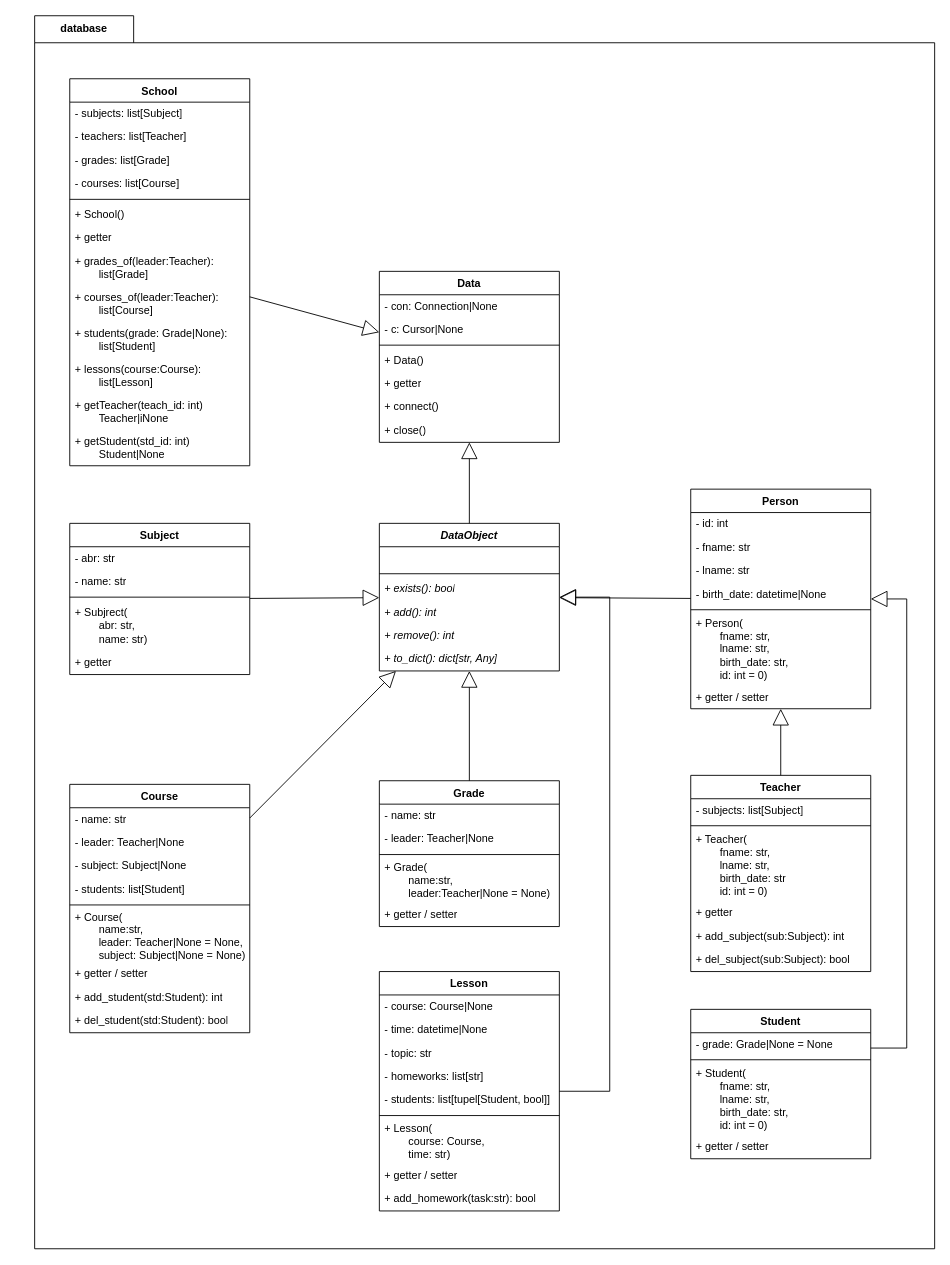
elma1989/teach keeps this draw.io diagram as drafts/database.drawio. Above is the earlier version. Source tidied: cells renumbered, new cells numbered last; positions are measured from the earlier drawing's top-left corner, leaving out a move shared by most shapes. Both pictures are drawn from the tidied source at 90%, with x=0, y=0 at pixel (15, 15).
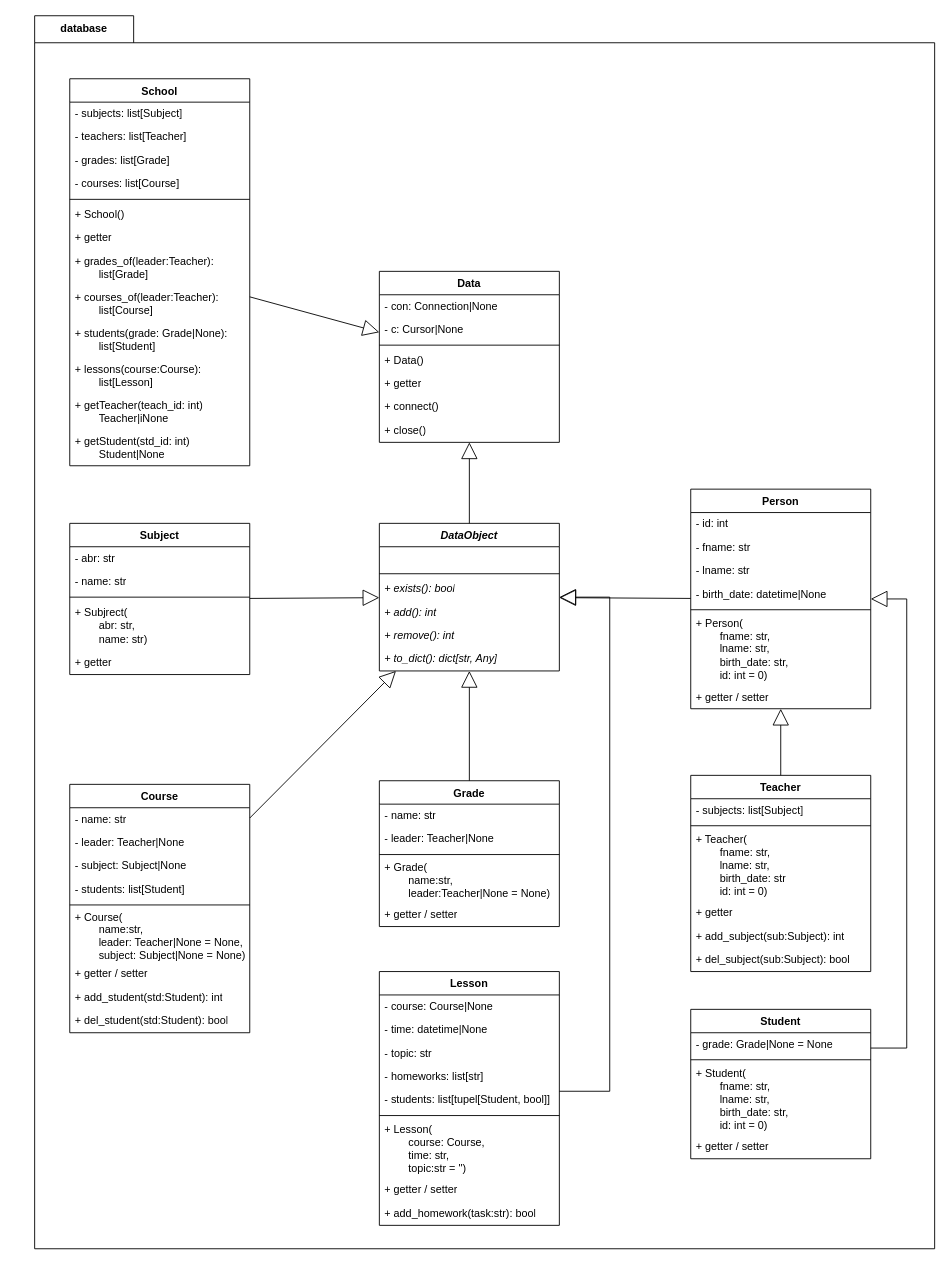
After the change.

Commit message:
Update database.drawio: Lesson() - Additonal Param topic

The edit, as a diff of the source:
```diff
@@
     <mxCell id="84" value="Lesson" style="swimlane;fontStyle=1;align=center;verticalAlign=top;horizontal=1;startSize=26;whiteSpace=wrap;html=1;" parent="1" vertex="1">
-      <mxGeometry x="404" y="1062" width="200" height="266" as="geometry" />
+      <mxGeometry x="404" y="1062" width="200" height="282" as="geometry" />
     </mxCell>
@@
-    <mxCell id="91" value="&lt;div&gt;+ Lesson(&lt;/div&gt;&lt;div&gt;&lt;span style=&quot;white-space: pre;&quot;&gt;&#9;&lt;/span&gt;course: Course,&lt;/div&gt;&lt;div&gt;&lt;span style=&quot;white-space: pre;&quot;&gt;&#9;&lt;/span&gt;time: str)&lt;br&gt;&lt;/div&gt;" style="text;strokeColor=none;fillColor=none;align=left;verticalAlign=middle;spacingLeft=4;spacingRight=4;overflow=hidden;whiteSpace=wrap;html=1;" parent="84" vertex="1">
-      <mxGeometry y="164" width="200" height="50" as="geometry" />
+    <mxCell id="91" value="&lt;div&gt;+ Lesson(&lt;/div&gt;&lt;div&gt;&lt;span style=&quot;white-space: pre;&quot;&gt;&#9;&lt;/span&gt;course: Course,&lt;/div&gt;&lt;div&gt;&lt;span style=&quot;white-space: pre;&quot;&gt;&#9;&lt;/span&gt;time: str,&lt;/div&gt;&lt;div&gt;&lt;span style=&quot;white-space: pre;&quot;&gt;&#9;&lt;/span&gt;topic:str = '')&lt;br&gt;&lt;/div&gt;" style="text;strokeColor=none;fillColor=none;align=left;verticalAlign=middle;spacingLeft=4;spacingRight=4;overflow=hidden;whiteSpace=wrap;html=1;" parent="84" vertex="1">
+      <mxGeometry y="164" width="200" height="66" as="geometry" />
     </mxCell>
     <mxCell id="92" value="+ getter / setter" style="text;strokeColor=none;fillColor=none;align=left;verticalAlign=middle;spacingLeft=4;spacingRight=4;overflow=hidden;whiteSpace=wrap;html=1;" parent="84" vertex="1">
-      <mxGeometry y="214" width="200" height="26" as="geometry" />
+      <mxGeometry y="230" width="200" height="26" as="geometry" />
     </mxCell>
     <mxCell id="93" value="+ add_homework(task:str): bool" style="text;strokeColor=none;fillColor=none;align=left;verticalAlign=middle;spacingLeft=4;spacingRight=4;overflow=hidden;whiteSpace=wrap;html=1;" parent="84" vertex="1">
-      <mxGeometry y="240" width="200" height="26" as="geometry" />
+      <mxGeometry y="256" width="200" height="26" as="geometry" />
     </mxCell>
```
